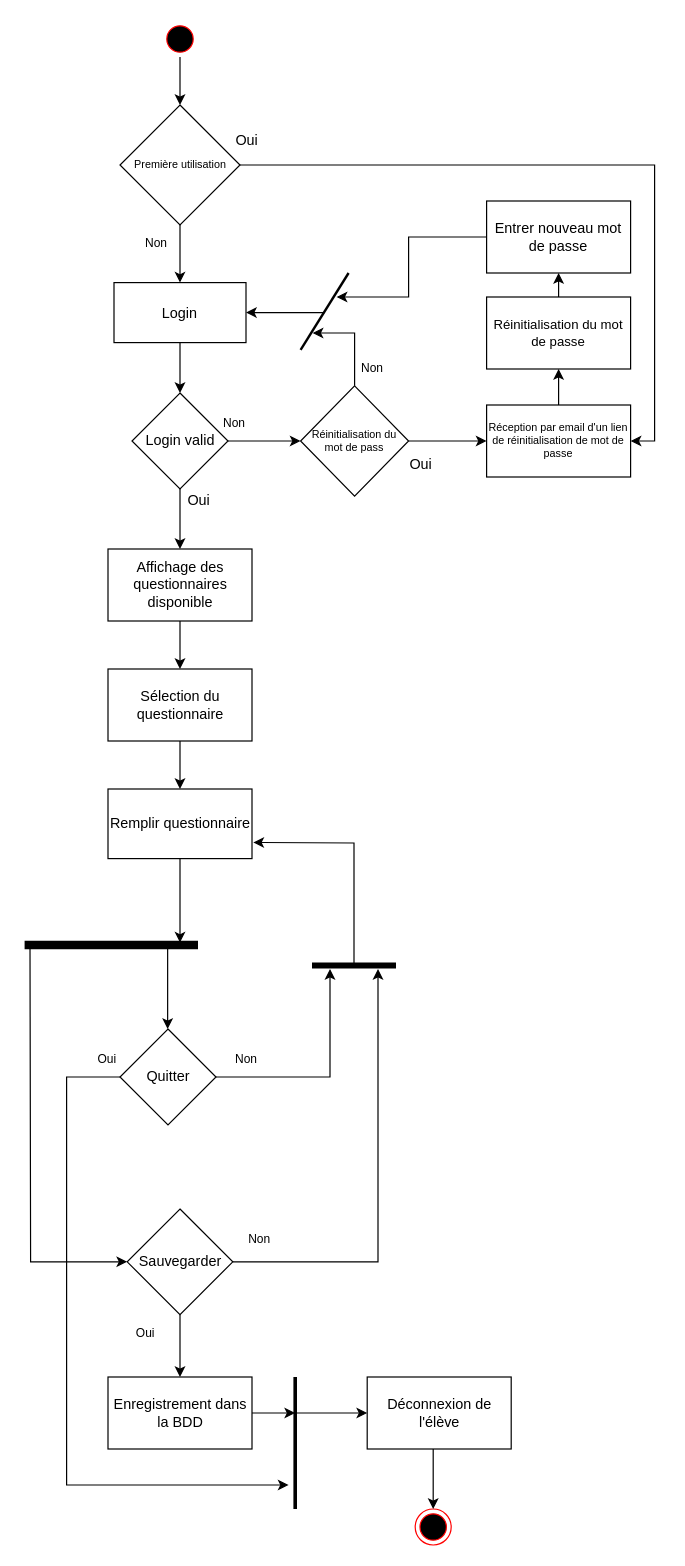
Devetik/Diagrammes keeps this draw.io diagram as DiagrameDActiviteEleve.drawio. Above is the earlier version. Source tidied: cells renumbered, new cells numbered last; positions are measured from the earlier drawing's top-left corner, leaving out a move shared by most shapes. Both pictures are drawn from the tidied source at 120%, with x=0, y=0 at pixel (24, 20).
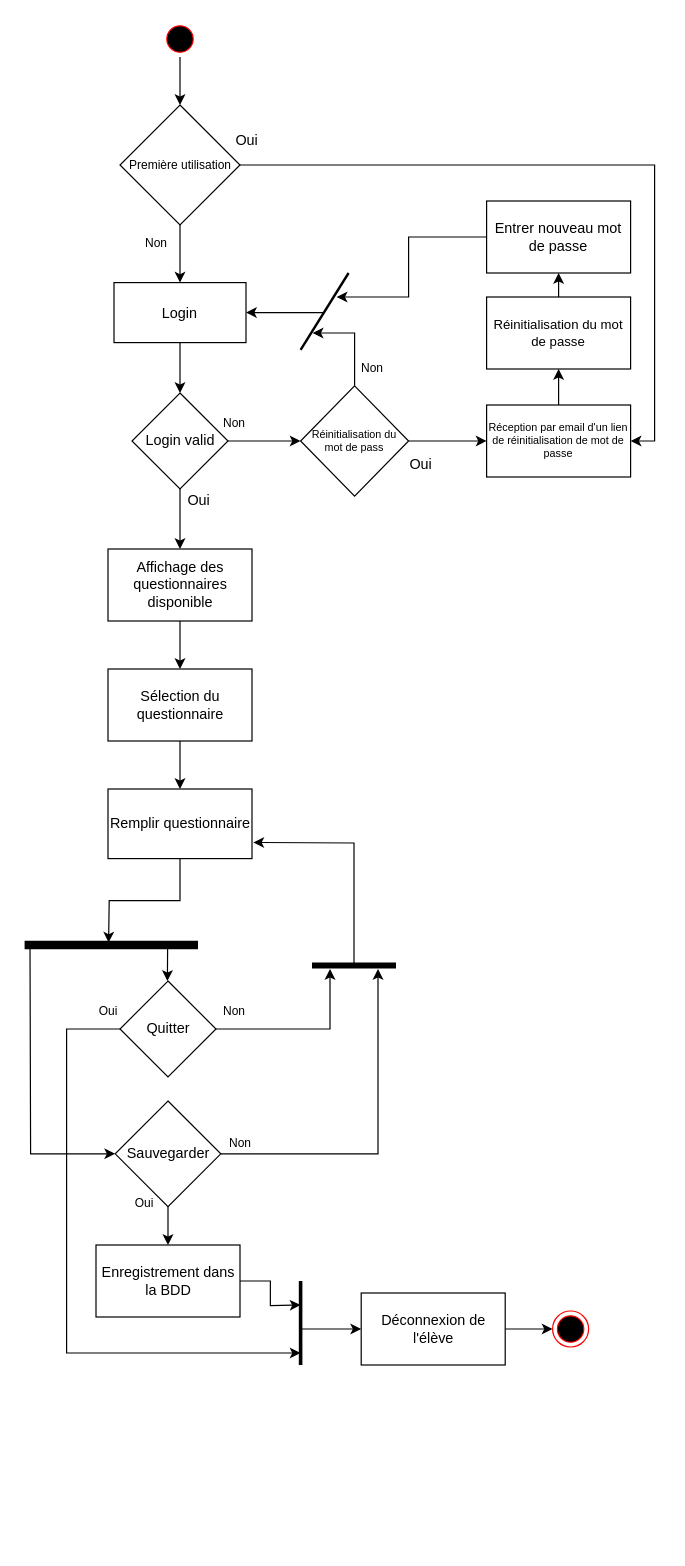
The same diagram, later.

Unchanged cells that the change refers to:
```xml
<mxCell id="13" value="Remplir questionnaire" style="whiteSpace=wrap;html=1;fillColor=none;strokeColor=rgb(0, 0, 0);fontColor=rgb(0, 0, 0);" parent="1" vertex="1">
  <mxGeometry x="69.5" y="640" width="120" height="58" as="geometry" />
</mxCell>
```

Change to the diagram source:
```diff
@@
     <mxCell id="12" style="edgeStyle=orthogonalEdgeStyle;rounded=0;jettySize=auto;html=1;" parent="1" edge="1" source="13">
       <mxGeometry relative="1" as="geometry">
-        <mxPoint x="129.5" y="768" as="targetPoint" />
+        <mxPoint x="70" y="768" as="targetPoint" />
       </mxGeometry>
     </mxCell>
@@
-    <mxCell id="15" style="edgeStyle=orthogonalEdgeStyle;rounded=0;jettySize=auto;html=1;fontColor=default;strokeWidth=1;" parent="1" edge="1" source="16">
+    <mxCell id="15" style="edgeStyle=orthogonalEdgeStyle;rounded=0;jettySize=auto;html=1;fontColor=default;strokeWidth=1;exitX=0;exitY=0.5;exitDx=0;exitDy=0;" parent="1" edge="1" source="16">
       <mxGeometry relative="1" as="geometry">
-        <mxPoint x="220" y="1220" as="targetPoint" />
+        <mxPoint x="230" y="1110" as="targetPoint" />
         <Array as="points">
-          <mxPoint x="35" y="880" />
-          <mxPoint x="35" y="1220" />
+          <mxPoint x="35" y="840" />
+          <mxPoint x="35" y="1110" />
         </Array>
       </mxGeometry>
     </mxCell>
     <mxCell id="16" value="Quitter" style="rhombus;whiteSpace=wrap;html=1;fontColor=default;fillColor=none;" parent="1" vertex="1">
-      <mxGeometry x="79.5" y="840" width="80" height="80" as="geometry" />
+      <mxGeometry x="79.5" y="800" width="80" height="80" as="geometry" />
     </mxCell>
     <mxCell id="17" style="endArrow=classic;html=1;rounded=0;fontColor=default;strokeWidth=1;" parent="1" edge="1">
       <mxGeometry relative="1" as="geometry">
         <mxPoint x="119.2" y="770" as="sourcePoint" />
-        <mxPoint x="119.2" y="840" as="targetPoint" />
+        <mxPoint x="119" y="800" as="targetPoint" />
       </mxGeometry>
     </mxCell>
@@
     <mxCell id="19" value="Sauvegarder" style="rhombus;whiteSpace=wrap;html=1;fontColor=default;fillColor=none;" parent="1" vertex="1">
-      <mxGeometry x="85.5" y="990" width="88" height="88" as="geometry" />
+      <mxGeometry x="75.5" y="900" width="88" height="88" as="geometry" />
     </mxCell>
     <mxCell id="20" value="&lt;font style=&quot;font-size: 10px;&quot;&gt;Non&lt;/font&gt;" style="text;html=1;strokeColor=none;fillColor=none;align=center;verticalAlign=middle;whiteSpace=wrap;rounded=0;fontColor=default;" parent="1" vertex="1">
-      <mxGeometry x="154.5" y="850" width="60" height="30" as="geometry" />
+      <mxGeometry x="144.5" y="810" width="60" height="30" as="geometry" />
     </mxCell>
     <mxCell id="21" value="&lt;font style=&quot;font-size: 10px;&quot;&gt;Non&lt;/font&gt;" style="text;html=1;strokeColor=none;fillColor=none;align=center;verticalAlign=middle;whiteSpace=wrap;rounded=0;fontColor=default;" parent="1" vertex="1">
-      <mxGeometry x="165.5" y="1000" width="60" height="30" as="geometry" />
+      <mxGeometry x="150" y="920" width="60" height="30" as="geometry" />
     </mxCell>
     <mxCell id="22" value="&lt;font style=&quot;font-size: 10px;&quot;&gt;Oui&lt;/font&gt;" style="text;html=1;strokeColor=none;fillColor=none;align=center;verticalAlign=middle;whiteSpace=wrap;rounded=0;fontColor=default;" parent="1" vertex="1">
-      <mxGeometry x="70.5" y="1078" width="60" height="30" as="geometry" />
+      <mxGeometry x="69.5" y="970" width="60" height="30" as="geometry" />
     </mxCell>
     <mxCell id="23" value="&lt;font style=&quot;font-size: 10px;&quot;&gt;Oui&lt;/font&gt;" style="text;html=1;strokeColor=none;fillColor=none;align=center;verticalAlign=middle;whiteSpace=wrap;rounded=0;fontColor=default;" parent="1" vertex="1">
-      <mxGeometry x="39" y="850" width="60" height="30" as="geometry" />
+      <mxGeometry x="39.5" y="810" width="60" height="30" as="geometry" />
     </mxCell>
     <mxCell id="24" style="endArrow=classic;html=1;rounded=0;fontColor=default;strokeWidth=1;entryX=0;entryY=0.5;entryDx=0;entryDy=0;" parent="1" edge="1" target="19">
       <mxGeometry relative="1" as="geometry">
         <mxPoint x="4.5" y="770" as="sourcePoint" />
         <Array as="points">
-          <mxPoint x="5" y="1034" />
+          <mxPoint x="5" y="944" />
         </Array>
       </mxGeometry>
     </mxCell>
@@
-    <mxCell id="26" style="edgeStyle=orthogonalEdgeStyle;rounded=0;jettySize=auto;html=1;fontColor=default;endArrow=classic;endFill=1;strokeWidth=1;" parent="1" edge="1" source="19">
+    <mxCell id="26" style="edgeStyle=orthogonalEdgeStyle;rounded=0;jettySize=auto;html=1;fontColor=default;endArrow=classic;endFill=1;strokeWidth=1;exitX=1;exitY=0.5;exitDx=0;exitDy=0;" parent="1" edge="1" source="19">
       <mxGeometry relative="1" as="geometry">
         <mxPoint x="294.5" y="790" as="targetPoint" />
         <Array as="points">
-          <mxPoint x="295" y="1034" />
+          <mxPoint x="295" y="944" />
         </Array>
       </mxGeometry>
     </mxCell>
-    <mxCell id="27" style="edgeStyle=orthogonalEdgeStyle;rounded=0;jettySize=auto;html=1;fontColor=default;endArrow=classic;endFill=1;strokeWidth=1;" parent="1" edge="1" source="16">
+    <mxCell id="27" style="edgeStyle=orthogonalEdgeStyle;rounded=0;jettySize=auto;html=1;fontColor=default;endArrow=classic;endFill=1;strokeWidth=1;exitX=1;exitY=0.5;exitDx=0;exitDy=0;" parent="1" edge="1" source="16">
       <mxGeometry relative="1" as="geometry">
         <mxPoint x="254.5" y="790" as="targetPoint" />
         <Array as="points">
-          <mxPoint x="255" y="880" />
+          <mxPoint x="255" y="840" />
         </Array>
       </mxGeometry>
     </mxCell>
@@
-    <mxCell id="29" style="edgeStyle=orthogonalEdgeStyle;rounded=0;jettySize=auto;html=1;strokeWidth=1;" parent="1" edge="1" source="30">
-      <mxGeometry relative="1" as="geometry">
-        <mxPoint x="225.5" y="1160" as="targetPoint" />
-      </mxGeometry>
-    </mxCell>
+    <mxCell id="57" style="edgeStyle=orthogonalEdgeStyle;rounded=0;jettySize=auto;html=1;fontSize=11;" parent="1" edge="1" source="30">
+      <mxGeometry relative="1" as="geometry">
+        <mxPoint x="230" y="1070" as="targetPoint" />
+      </mxGeometry>
+    </mxCell>
     <mxCell id="30" value="Enregistrement dans la BDD" style="rounded=0;whiteSpace=wrap;html=1;fontColor=default;fillColor=none;" parent="1" vertex="1">
-      <mxGeometry x="69.5" y="1130" width="120" height="60" as="geometry" />
+      <mxGeometry x="59.5" y="1020" width="120" height="60" as="geometry" />
     </mxCell>
+    <mxCell id="58" style="edgeStyle=orthogonalEdgeStyle;rounded=0;jettySize=auto;html=1;entryX=0;entryY=0.5;entryDx=0;entryDy=0;fontSize=11;" parent="1" edge="1" source="31" target="32">
+      <mxGeometry relative="1" as="geometry" />
+    </mxCell>
     <mxCell id="31" value="Déconnexion de l'élève" style="rounded=0;whiteSpace=wrap;html=1;fontColor=default;fillColor=none;" parent="1" vertex="1">
-      <mxGeometry x="285.5" y="1130" width="120" height="60" as="geometry" />
+      <mxGeometry x="280.5" y="1060" width="120" height="60" as="geometry" />
     </mxCell>
     <mxCell id="32" style="ellipse;html=1;shape=endState;fillColor=#000000;strokeColor=#ff0000;fontColor=default;" parent="1" vertex="1">
-      <mxGeometry x="325.5" y="1240" width="30" height="30" as="geometry" />
+      <mxGeometry x="440" y="1075" width="30" height="30" as="geometry" />
     </mxCell>
-    <mxCell id="33" style="edgeStyle=orthogonalEdgeStyle;rounded=0;orthogonalLoop=1;jettySize=auto;html=1;fontColor=default;endArrow=classic;endFill=1;strokeWidth=1;" parent="1" edge="1">
-      <mxGeometry relative="1" as="geometry">
-        <mxPoint x="340.5" y="1190" as="sourcePoint" />
-        <mxPoint x="340.5" y="1240" as="targetPoint" />
-      </mxGeometry>
-    </mxCell>
@@
     <mxCell id="37" style="endArrow=none;html=1;rounded=0;strokeWidth=3;" parent="1" edge="1">
       <mxGeometry relative="1" as="geometry">
-        <mxPoint x="225.5" y="1240" as="sourcePoint" />
-        <mxPoint x="225.5" y="1130" as="targetPoint" />
+        <mxPoint x="230" y="1120" as="sourcePoint" />
+        <mxPoint x="230" y="1050" as="targetPoint" />
       </mxGeometry>
     </mxCell>
     <mxCell id="38" style="endArrow=classic;html=1;rounded=0;strokeWidth=1;entryX=0;entryY=0.5;entryDx=0;entryDy=0;" parent="1" edge="1" target="31">
       <mxGeometry relative="1" as="geometry">
-        <mxPoint x="225.5" y="1160" as="sourcePoint" />
+        <mxPoint x="230" y="1090" as="sourcePoint" />
       </mxGeometry>
     </mxCell>
@@
-    <mxCell id="52" value="Première utilisation" style="rhombus;whiteSpace=wrap;html=1;fontSize=9;fillColor=none;" parent="1" vertex="1">
+    <mxCell id="52" value="Première utilisation" style="rhombus;whiteSpace=wrap;html=1;fontSize=10;fillColor=none;" parent="1" vertex="1">
       <mxGeometry x="79.5" y="70" width="100" height="100" as="geometry" />
     </mxCell>
```
